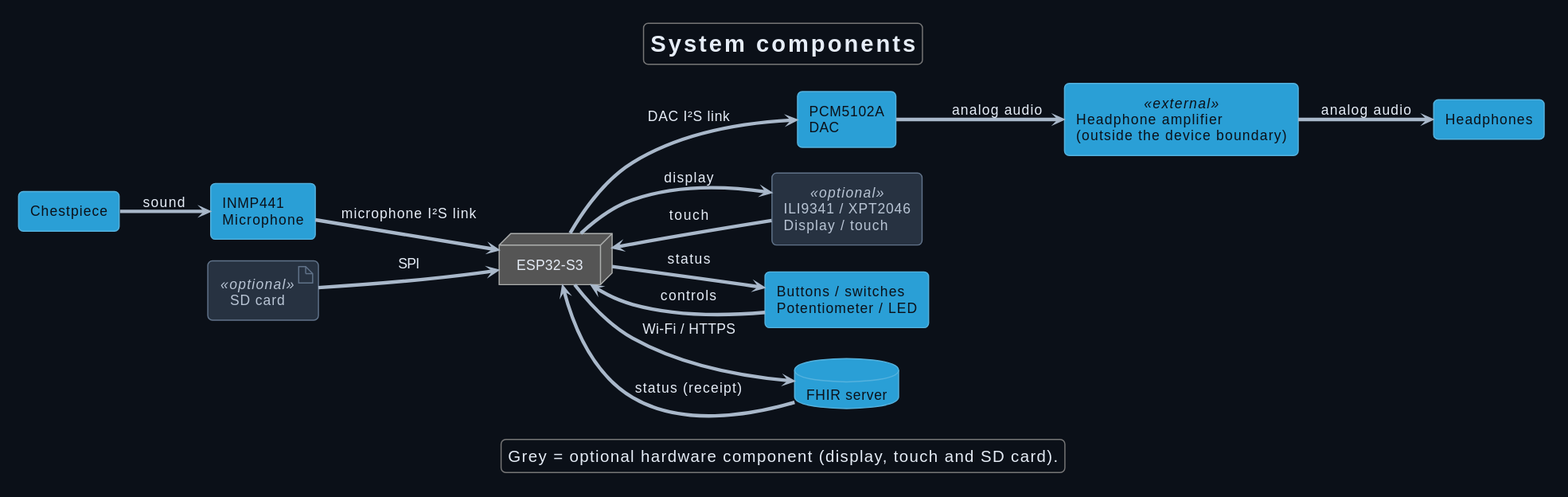
Before: Development/system/architecture/system/rendered/system_components.svg, a diagram exported from PlantUML (DemonicPsychoII/DigitalStethoscope).
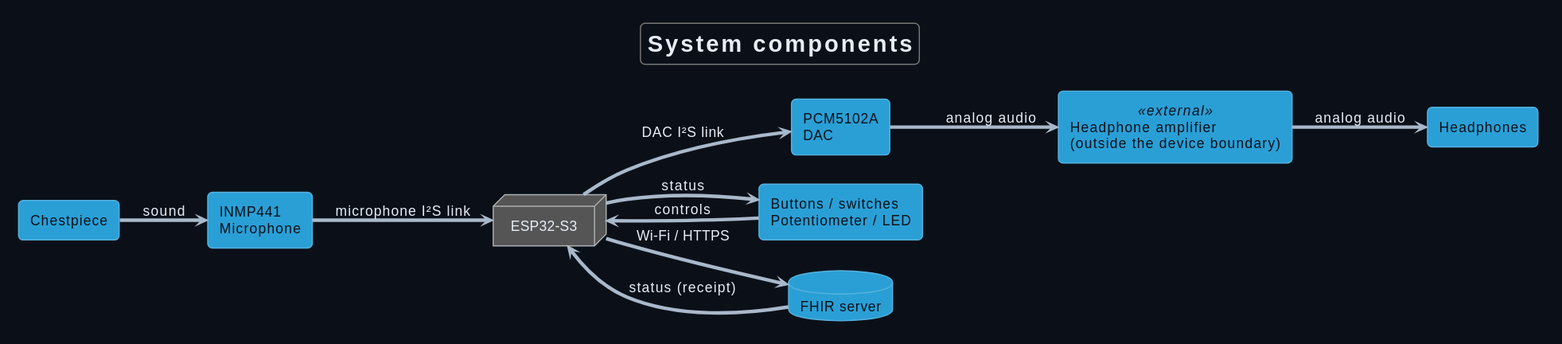
Later version of the same file.

Change to the diagram source:
```diff
@@ -29,9 +29,7 @@
 component "PCM5102A\nDAC" as dac
 component "Headphone amplifier\n(outside the device boundary)" as amp <<external>>
 component "Headphones" as hp
-component "ILI9341 / XPT2046\nDisplay / touch" as ui <<optional>>
 component "Buttons / switches\nPotentiometer / LED" as controls
-artifact "SD card" as sd <<optional>>
 database "FHIR server" as server
 chest --> mic : sound
 mic --> cpu : microphone I²S link
@@ -40,12 +38,6 @@
 amp --> hp : analog audio
 controls --> cpu : controls
 cpu --> controls : status
-ui --> cpu : touch
-cpu --> ui : display
-sd --> cpu : SPI
 cpu --> server : Wi-Fi / HTTPS
 server --> cpu : status (receipt)
-legend bottom
-  Grey = optional hardware component (display, touch and SD card).
-endlegend
 @enduml
```
